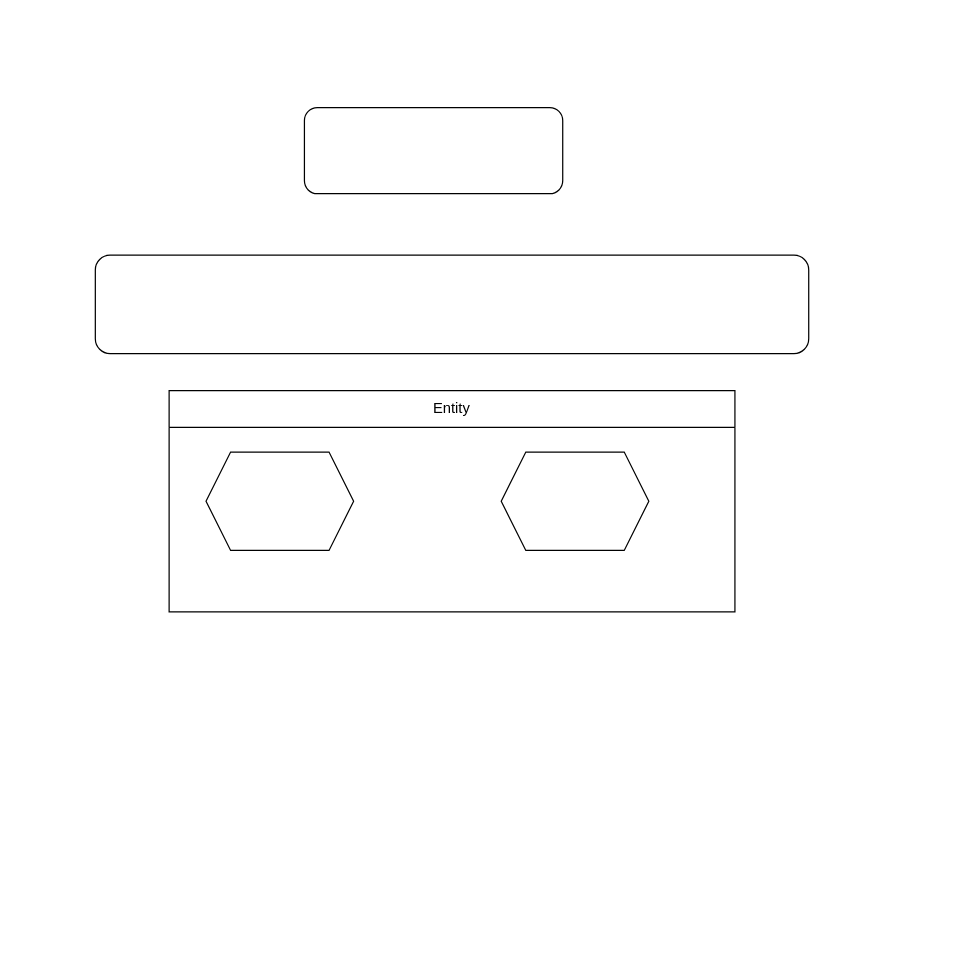
Before: Diagrams/EventMeshOrchestration.drawio in atheeswaran/VehicleAPIPlatform, a draw.io diagram. Source tidied: cells renumbered, new cells numbered last; positions are measured from the earlier drawing's top-left corner, leaving out a move shared by most shapes. Both pictures are drawn from the tidied source at 123%, with x=0, y=0 at pixel (95, 107).
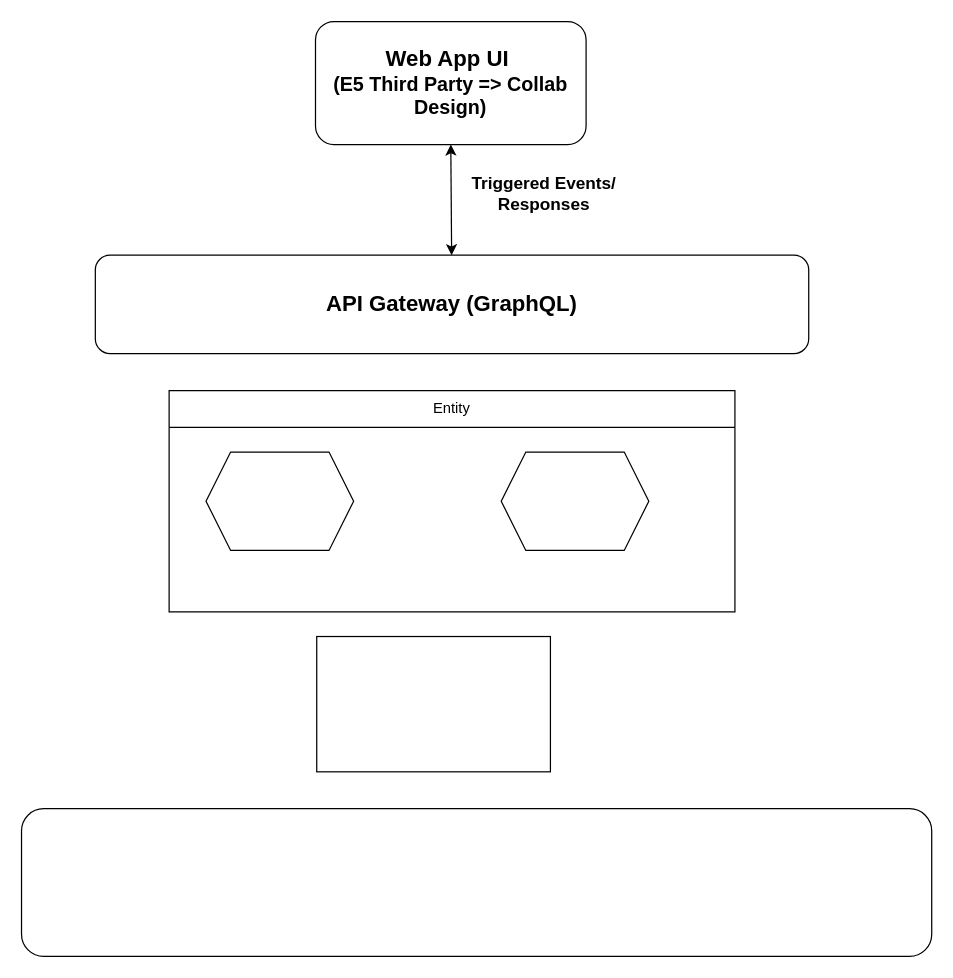
The same diagram, later.

The edit, as a diff of the source:
```diff
@@
 <mxGraphModel>
   <root>
     <mxCell id="0" />
     <mxCell id="1" parent="0" />
-    <mxCell id="2" style="rounded=1;whiteSpace=wrap;html=1;" parent="1" vertex="1">
+    <mxCell id="2" value="&lt;font style=&quot;font-size: 18px;&quot;&gt;&lt;b&gt;API Gateway (GraphQL)&lt;/b&gt;&lt;/font&gt;" style="rounded=1;whiteSpace=wrap;html=1;" parent="1" vertex="1">
       <mxGeometry y="120" width="580" height="80" as="geometry" />
     </mxCell>
-    <mxCell id="3" style="rounded=1;whiteSpace=wrap;html=1;" parent="1" vertex="1">
-      <mxGeometry x="170" width="210" height="70" as="geometry" />
+    <mxCell id="3" value="&lt;b&gt;&lt;font style=&quot;font-size: 18px;&quot;&gt;Web App UI&amp;nbsp;&lt;/font&gt;&lt;/b&gt;&lt;div&gt;&lt;b&gt;&lt;font style=&quot;&quot; size=&quot;3&quot;&gt;(E5 Third Party =&amp;gt; Collab Design)&lt;/font&gt;&lt;/b&gt;&lt;/div&gt;" style="rounded=1;whiteSpace=wrap;html=1;" parent="1" vertex="1">
+      <mxGeometry x="179" y="-70" width="220" height="100" as="geometry" />
     </mxCell>
     <mxCell id="4" style="shape=hexagon;perimeter=hexagonPerimeter2;whiteSpace=wrap;html=1;fixedSize=1;" parent="1" vertex="1">
       <mxGeometry x="90" y="280" width="120" height="80" as="geometry" />
     </mxCell>
     <mxCell id="5" style="shape=hexagon;perimeter=hexagonPerimeter2;whiteSpace=wrap;html=1;fixedSize=1;" parent="1" vertex="1">
       <mxGeometry x="330" y="280" width="120" height="80" as="geometry" />
     </mxCell>
     <mxCell id="6" value="Entity" style="swimlane;fontStyle=0;horizontal=1;startSize=30;whiteSpace=wrap;html=1;" parent="1" vertex="1">
       <mxGeometry x="60" y="230" width="460" height="180" as="geometry" />
     </mxCell>
+    <mxCell id="7" style="rounded=0;whiteSpace=wrap;html=1;" parent="1" vertex="1">
+      <mxGeometry x="180" y="430" width="190" height="110" as="geometry" />
+    </mxCell>
+    <mxCell id="8" style="rounded=1;whiteSpace=wrap;html=1;" parent="1" vertex="1">
+      <mxGeometry x="-60" y="570" width="740" height="120" as="geometry" />
+    </mxCell>
+    <mxCell id="9" style="endArrow=classic;startArrow=classic;html=1;rounded=0;entryX=0.5;entryY=1;entryDx=0;entryDy=0;" parent="1" edge="1" source="2" target="3">
+      <mxGeometry relative="1" as="geometry" />
+    </mxCell>
+    <mxCell id="10" value="&lt;b&gt;&lt;font style=&quot;font-size: 14px;&quot;&gt;Triggered Events/ Responses&lt;/font&gt;&lt;/b&gt;" style="text;html=1;align=center;verticalAlign=middle;whiteSpace=wrap;rounded=0;" parent="1" vertex="1">
+      <mxGeometry x="300" y="50" width="130" height="40" as="geometry" />
+    </mxCell>
   </root>
 </mxGraphModel>
```
